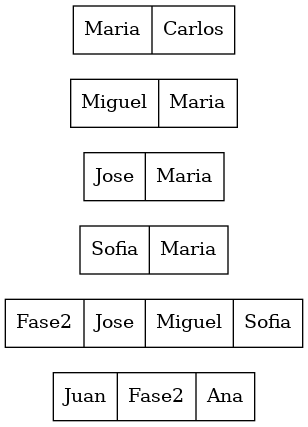
The Graphviz diagram Fase2/SocialStructure/salida/graph_adyacencia.png in lurdesss/-EDD-Proyecto_202103763, before a commit. Its source is kept beside it as Fase2/SocialStructure/salida/graph_adyacencia.dot.
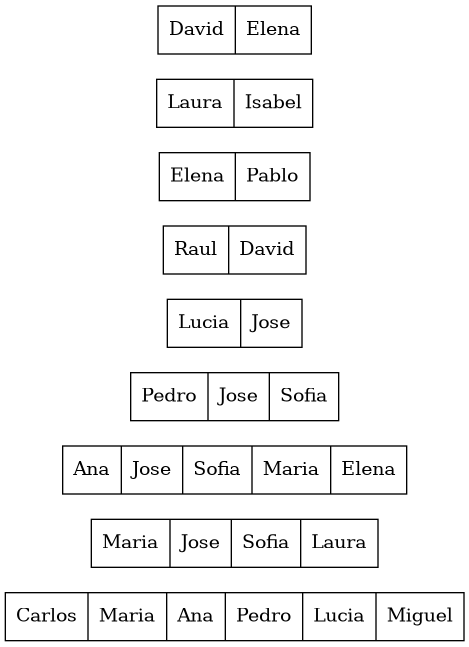
After the commit.

What changed in the source:
```diff
@@ -1,10 +1,13 @@
 digraph G{
 rankdir=LR;
 node [shape=record];
-Juan [label="{Juan|Fase2 | Ana}"];
-Fase2 [label="{Fase2|Jose | Miguel | Sofia}"];
-Sofia [label="{Sofia|Maria}"];
-Jose [label="{Jose|Maria}"];
-Miguel [label="{Miguel|Maria}"];
-Maria [label="{Maria|Carlos}"];
+Carlos [label="{Carlos|Maria | Ana | Pedro | Lucia | Miguel}"];
+Maria [label="{Maria|Jose | Sofia | Laura}"];
+Ana [label="{Ana|Jose | Sofia | Maria | Elena}"];
+Pedro [label="{Pedro|Jose | Sofia}"];
+Lucia [label="{Lucia|Jose}"];
+Raul [label="{Raul|David}"];
+Elena [label="{Elena|Pablo}"];
+Laura [label="{Laura|Isabel}"];
+David [label="{David|Elena}"];
 }
```
